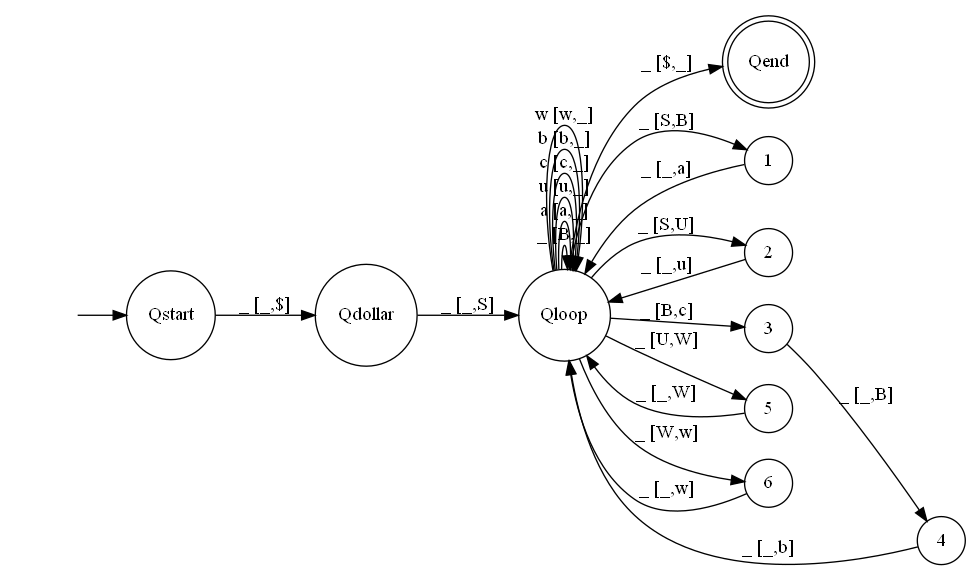
Earlier version of the Graphviz export Automate Picture/AutomataPicture.dot.png (arjen0203/AutomataReader). Its source is kept beside it as Automate Picture/AutomataPicture.dot.
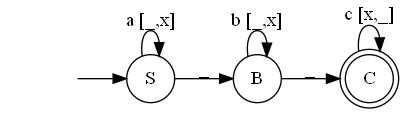
After the commit.

What changed in the source:
```diff
@@ -1,36 +1,14 @@
 digraph myAutomaton {
 rankdir=LR;
 "" [shape=none]
-"Qstart" [shape=circle]
-"Qdollar" [shape=circle]
-"Qloop" [shape=circle]
-"Qend" [shape=doublecircle]
-"1" [shape=circle]
-"2" [shape=circle]
-"3" [shape=circle]
-"4" [shape=circle]
-"5" [shape=circle]
-"6" [shape=circle]
+"S" [shape=circle]
+"B" [shape=circle]
+"C" [shape=doublecircle]
 
-"" -> "Qstart"
-"Qstart" -> "Qdollar" [label="_ [_,$]"]
-"Qdollar" -> "Qloop" [label="_ [_,S]"]
-"Qloop" -> "Qend" [label="_ [$,_]"]
-"Qloop" -> "1" [label="_ [S,B]"]
-"Qloop" -> "2" [label="_ [S,U]"]
-"Qloop" -> "3" [label="_ [B,c]"]
-"Qloop" -> "Qloop" [label="_ [B,_]"]
-"Qloop" -> "5" [label="_ [U,W]"]
-"Qloop" -> "6" [label="_ [W,w]"]
-"Qloop" -> "Qloop" [label="a [a,_]"]
-"Qloop" -> "Qloop" [label="u [u,_]"]
-"Qloop" -> "Qloop" [label="c [c,_]"]
-"Qloop" -> "Qloop" [label="b [b,_]"]
-"Qloop" -> "Qloop" [label="w [w,_]"]
-"1" -> "Qloop" [label="_ [_,a]"]
-"2" -> "Qloop" [label="_ [_,u]"]
-"3" -> "4" [label="_ [_,B]"]
-"4" -> "Qloop" [label="_ [_,b]"]
-"5" -> "Qloop" [label="_ [_,W]"]
-"6" -> "Qloop" [label="_ [_,w]"]
+"" -> "S"
+"S" -> "S" [label="a [_,x]"]
+"S" -> "B" [label="_"]
+"B" -> "B" [label="b [_,x]"]
+"B" -> "C" [label="_"]
+"C" -> "C" [label="c [x,_]"]
 }
```
